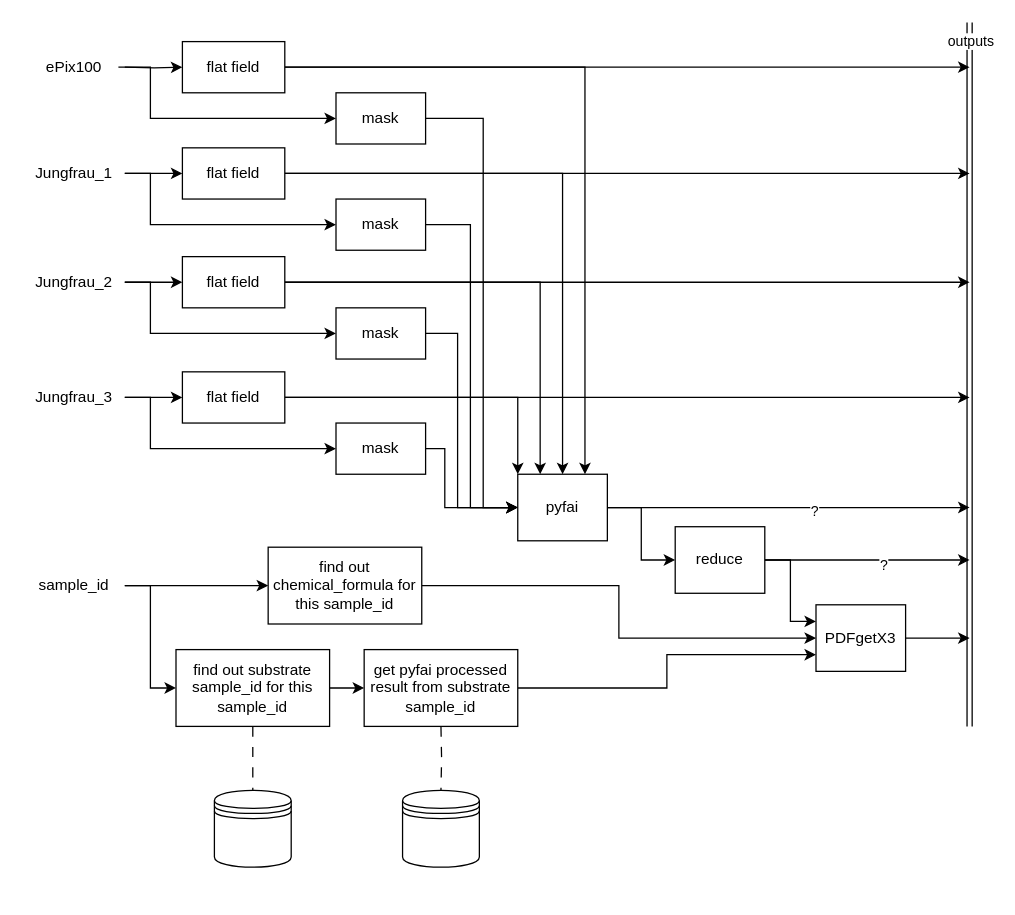
keeble/hed-context-files keeps this draw.io diagram as sample.drawio. Above is the earlier version. Source tidied: cells renumbered, new cells numbered last; positions are measured from the earlier drawing's top-left corner, leaving out a move shared by most shapes. Both pictures are drawn from the tidied source at 128%, with x=0, y=0 at pixel (22, 22).
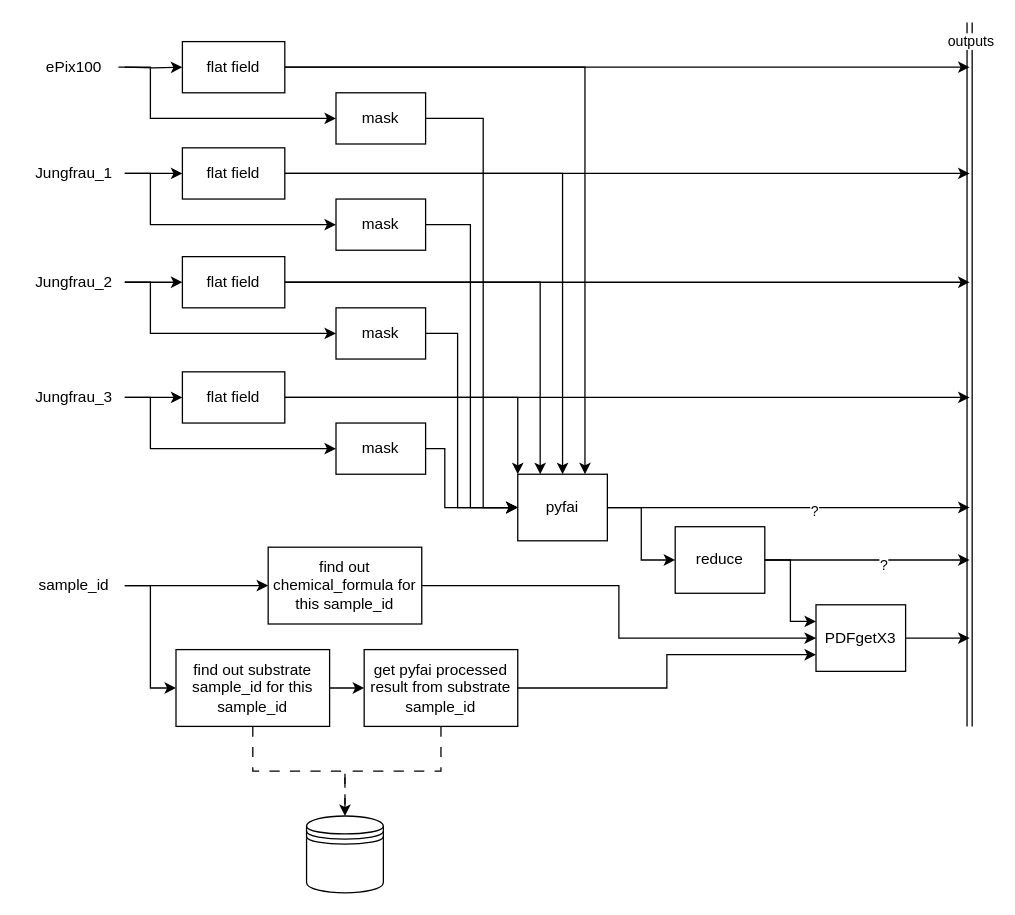
The same page after the edit.

Unchanged cells that the change refers to:
```xml
<mxCell id="50" value="get pyfai processed result from substrate sample_id" style="rounded=0;whiteSpace=wrap;html=1;" parent="1" vertex="1">
  <mxGeometry x="267" y="490" width="120" height="60" as="geometry" />
</mxCell>
```

Change to the diagram source:
```diff
@@
     <mxCell id="43" style="shape=datastore;whiteSpace=wrap;html=1;" parent="1" vertex="1">
-      <mxGeometry x="150" y="600" width="60" height="60" as="geometry" />
+      <mxGeometry x="222" y="620" width="60" height="60" as="geometry" />
     </mxCell>
@@
+    <mxCell id="59" style="edgeStyle=orthogonalEdgeStyle;rounded=0;jettySize=auto;html=1;exitX=0.5;exitY=1;exitDx=0;exitDy=0;entryX=0.5;entryY=0;entryDx=0;entryDy=0;dashed=1;dashPattern=8 8;" parent="1" edge="1" source="50" target="43">
+      <mxGeometry relative="1" as="geometry" />
+    </mxCell>
@@
-    <mxCell id="53" style="shape=datastore;whiteSpace=wrap;html=1;" parent="1" vertex="1">
-      <mxGeometry x="297" y="600" width="60" height="60" as="geometry" />
-    </mxCell>
-    <mxCell id="54" style="edgeStyle=orthogonalEdgeStyle;rounded=0;jettySize=auto;html=1;exitX=0.5;exitY=1;exitDx=0;exitDy=0;dashed=1;dashPattern=8 8;endArrow=none;endFill=0;" parent="1" edge="1" target="53">
-      <mxGeometry relative="1" as="geometry">
-        <mxPoint x="327" y="550" as="sourcePoint" />
-      </mxGeometry>
-    </mxCell>
```
